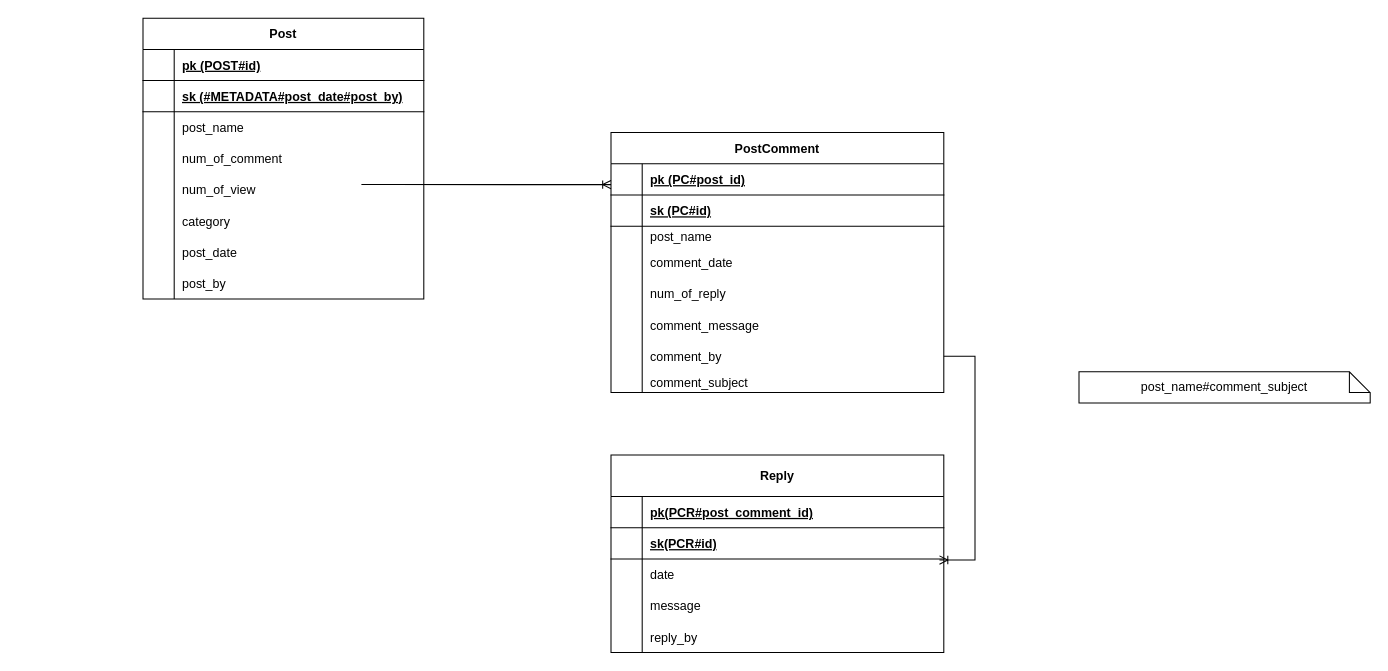
The draw.io diagram learning/1.drawio in semika/design-diagram, before the edit. Source tidied: cells renumbered, new cells numbered last; positions are measured from the earlier drawing's top-left corner, leaving out a move shared by most shapes. Both pictures are drawn from the tidied source at 104%, with x=0, y=0 at pixel (142, 18).
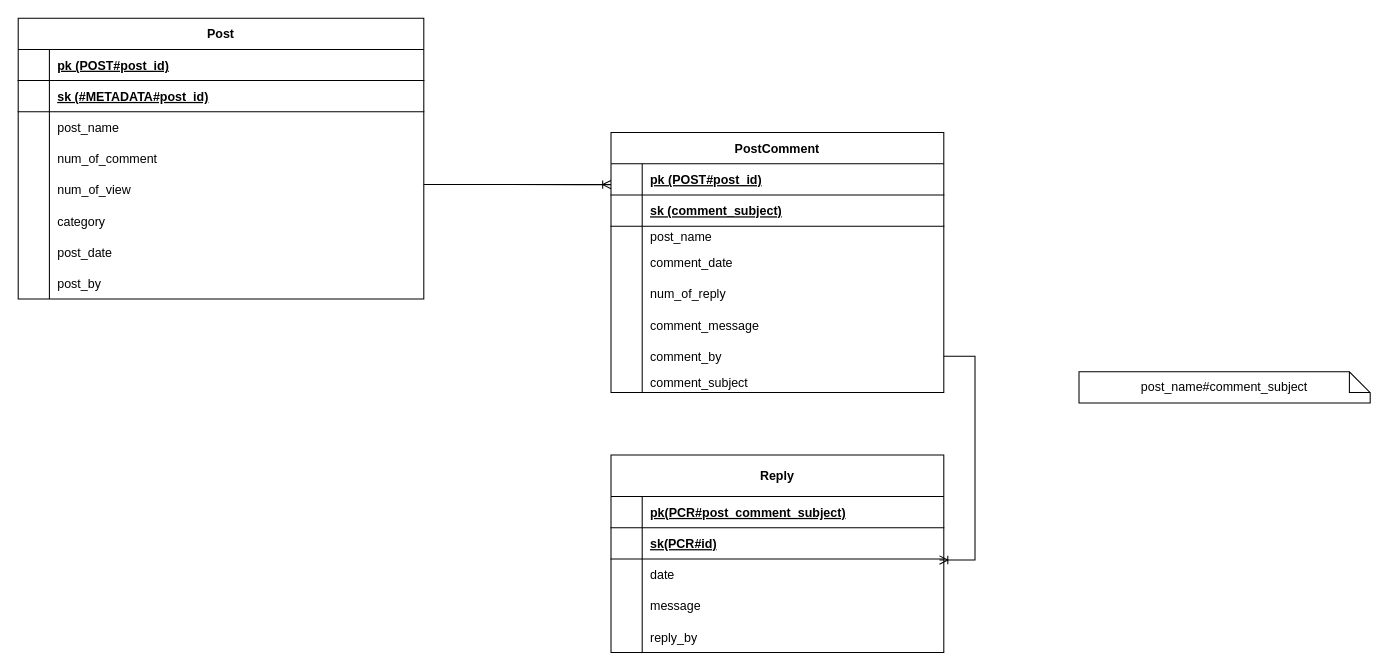
After the change.

Unchanged cells that the change refers to:
```xml
<mxCell id="28" style="shape=tableRow;horizontal=0;startSize=0;swimlaneHead=0;swimlaneBody=0;fillColor=none;points=[[0,0.5],[1,0.5]];portConstraint=eastwest;top=0;left=0;right=0;bottom=1;" parent="27" vertex="1">
  <mxGeometry y="30" width="320" height="30" as="geometry" />
</mxCell>
<mxCell id="31" style="shape=tableRow;horizontal=0;startSize=0;swimlaneHead=0;swimlaneBody=0;fillColor=none;top=0;left=0;right=0;bottom=1;" parent="27" vertex="1">
  <mxGeometry y="60" width="320" height="30" as="geometry" />
</mxCell>
<mxCell id="53" style="shape=tableRow;horizontal=0;startSize=0;swimlaneHead=0;swimlaneBody=0;fillColor=none;top=0;left=0;right=0;bottom=1;" parent="52" vertex="1">
  <mxGeometry y="40" width="320" height="30" as="geometry" />
</mxCell>
```

What changed in the source:
```diff
@@
     <mxCell id="2" value="Post" style="shape=table;startSize=30;childLayout=tableLayout;rowLines=0;fontStyle=1;align=center;" parent="1" vertex="1">
-      <mxGeometry width="270" height="270" as="geometry" />
+      <mxGeometry x="-120" width="390" height="270" as="geometry" />
     </mxCell>
     <mxCell id="3" style="shape=tableRow;horizontal=0;startSize=0;swimlaneHead=0;swimlaneBody=0;fillColor=none;top=0;left=0;right=0;bottom=1;" parent="2" vertex="1">
-      <mxGeometry y="30" width="270" height="30" as="geometry" />
+      <mxGeometry y="30" width="390" height="30" as="geometry" />
     </mxCell>
@@
-    <mxCell id="5" value="pk (POST#id)" style="shape=partialRectangle;fillColor=none;top=0;left=0;bottom=0;right=0;align=left;spacingLeft=6;fontStyle=5;overflow=hidden;" parent="3" vertex="1">
-      <mxGeometry x="30" width="240" height="30" as="geometry" />
+    <mxCell id="5" value="pk (POST#post_id)" style="shape=partialRectangle;fillColor=none;top=0;left=0;bottom=0;right=0;align=left;spacingLeft=6;fontStyle=5;overflow=hidden;" parent="3" vertex="1">
+      <mxGeometry x="30" width="360" height="30" as="geometry" />
     </mxCell>
     <mxCell id="6" style="shape=tableRow;horizontal=0;startSize=0;swimlaneHead=0;swimlaneBody=0;fillColor=none;top=0;left=0;right=0;bottom=1;" parent="2" vertex="1">
-      <mxGeometry y="60" width="270" height="30" as="geometry" />
+      <mxGeometry y="60" width="390" height="30" as="geometry" />
     </mxCell>
@@
-    <mxCell id="8" value="sk (#METADATA#post_date#post_by)" style="shape=partialRectangle;fillColor=none;top=0;left=0;bottom=0;right=0;align=left;spacingLeft=6;fontStyle=5;overflow=hidden;" parent="6" vertex="1">
-      <mxGeometry x="30" width="240" height="30" as="geometry" />
+    <mxCell id="8" value="sk (#METADATA#post_id)" style="shape=partialRectangle;fillColor=none;top=0;left=0;bottom=0;right=0;align=left;spacingLeft=6;fontStyle=5;overflow=hidden;" parent="6" vertex="1">
+      <mxGeometry x="30" width="360" height="30" as="geometry" />
     </mxCell>
     <mxCell id="9" style="shape=tableRow;horizontal=0;startSize=0;swimlaneHead=0;swimlaneBody=0;fillColor=none;top=0;left=0;right=0;bottom=0;" parent="2" vertex="1">
-      <mxGeometry y="90" width="270" height="30" as="geometry" />
+      <mxGeometry y="90" width="390" height="30" as="geometry" />
     </mxCell>
@@
     <mxCell id="11" value="post_name" style="shape=partialRectangle;fillColor=none;top=0;left=0;bottom=0;right=0;align=left;spacingLeft=6;overflow=hidden;" parent="9" vertex="1">
-      <mxGeometry x="30" width="240" height="30" as="geometry" />
+      <mxGeometry x="30" width="360" height="30" as="geometry" />
     </mxCell>
     <mxCell id="12" style="shape=tableRow;horizontal=0;startSize=0;swimlaneHead=0;swimlaneBody=0;fillColor=none;top=0;left=0;right=0;bottom=0;" parent="2" vertex="1">
-      <mxGeometry y="120" width="270" height="30" as="geometry" />
+      <mxGeometry y="120" width="390" height="30" as="geometry" />
     </mxCell>
@@
     <mxCell id="14" value="num_of_comment" style="shape=partialRectangle;fillColor=none;top=0;left=0;bottom=0;right=0;align=left;spacingLeft=6;overflow=hidden;" parent="12" vertex="1">
-      <mxGeometry x="30" width="240" height="30" as="geometry" />
+      <mxGeometry x="30" width="360" height="30" as="geometry" />
     </mxCell>
     <mxCell id="15" style="shape=tableRow;horizontal=0;startSize=0;swimlaneHead=0;swimlaneBody=0;fillColor=none;top=0;left=0;right=0;bottom=0;" parent="2" vertex="1">
-      <mxGeometry y="150" width="270" height="30" as="geometry" />
+      <mxGeometry y="150" width="390" height="30" as="geometry" />
     </mxCell>
@@
     <mxCell id="17" value="num_of_view" style="shape=partialRectangle;fillColor=none;top=0;left=0;bottom=0;right=0;align=left;spacingLeft=6;overflow=hidden;" parent="15" vertex="1">
-      <mxGeometry x="30" width="240" height="30" as="geometry" />
+      <mxGeometry x="30" width="360" height="30" as="geometry" />
     </mxCell>
     <mxCell id="18" style="shape=tableRow;horizontal=0;startSize=0;swimlaneHead=0;swimlaneBody=0;fillColor=none;top=0;left=0;right=0;bottom=0;" parent="2" vertex="1">
-      <mxGeometry y="180" width="270" height="30" as="geometry" />
+      <mxGeometry y="180" width="390" height="30" as="geometry" />
     </mxCell>
@@
     <mxCell id="20" value="category" style="shape=partialRectangle;fillColor=none;top=0;left=0;bottom=0;right=0;align=left;spacingLeft=6;overflow=hidden;" parent="18" vertex="1">
-      <mxGeometry x="30" width="240" height="30" as="geometry" />
+      <mxGeometry x="30" width="360" height="30" as="geometry" />
     </mxCell>
     <mxCell id="21" style="shape=tableRow;horizontal=0;startSize=0;swimlaneHead=0;swimlaneBody=0;fillColor=none;top=0;left=0;right=0;bottom=0;" parent="2" vertex="1">
-      <mxGeometry y="210" width="270" height="30" as="geometry" />
+      <mxGeometry y="210" width="390" height="30" as="geometry" />
     </mxCell>
@@
     <mxCell id="23" value="post_date" style="shape=partialRectangle;fillColor=none;top=0;left=0;bottom=0;right=0;align=left;spacingLeft=6;overflow=hidden;" parent="21" vertex="1">
-      <mxGeometry x="30" width="240" height="30" as="geometry" />
+      <mxGeometry x="30" width="360" height="30" as="geometry" />
     </mxCell>
     <mxCell id="24" style="shape=tableRow;horizontal=0;startSize=0;swimlaneHead=0;swimlaneBody=0;fillColor=none;top=0;left=0;right=0;bottom=0;" parent="2" vertex="1">
-      <mxGeometry y="240" width="270" height="30" as="geometry" />
+      <mxGeometry y="240" width="390" height="30" as="geometry" />
     </mxCell>
@@
     <mxCell id="26" value="post_by" style="shape=partialRectangle;fillColor=none;top=0;left=0;bottom=0;right=0;align=left;spacingLeft=6;overflow=hidden;" parent="24" vertex="1">
-      <mxGeometry x="30" width="240" height="30" as="geometry" />
+      <mxGeometry x="30" width="360" height="30" as="geometry" />
     </mxCell>
@@
-    <mxCell id="30" value="pk (PC#post_id)" style="shape=partialRectangle;fillColor=none;top=0;left=0;bottom=0;right=0;align=left;spacingLeft=6;fontStyle=5;overflow=hidden;" parent="28" vertex="1">
+    <mxCell id="30" value="pk (POST#post_id)" style="shape=partialRectangle;fillColor=none;top=0;left=0;bottom=0;right=0;align=left;spacingLeft=6;fontStyle=5;overflow=hidden;" parent="28" vertex="1">
       <mxGeometry x="30" width="290" height="30" as="geometry" />
     </mxCell>
@@
-    <mxCell id="33" value="sk (PC#id)" style="shape=partialRectangle;fillColor=none;top=0;left=0;bottom=0;right=0;align=left;spacingLeft=6;fontStyle=5;overflow=hidden;" parent="31" vertex="1">
+    <mxCell id="33" value="sk (comment_subject)" style="shape=partialRectangle;fillColor=none;top=0;left=0;bottom=0;right=0;align=left;spacingLeft=6;fontStyle=5;overflow=hidden;" parent="31" vertex="1">
       <mxGeometry x="30" width="290" height="30" as="geometry" />
     </mxCell>
@@
-    <mxCell id="55" value="pk(PCR#post_comment_id)" style="shape=partialRectangle;fillColor=none;top=0;left=0;bottom=0;right=0;align=left;spacingLeft=6;fontStyle=5;overflow=hidden;" parent="53" vertex="1">
+    <mxCell id="55" value="pk(PCR#post_comment_subject)" style="shape=partialRectangle;fillColor=none;top=0;left=0;bottom=0;right=0;align=left;spacingLeft=6;fontStyle=5;overflow=hidden;" parent="53" vertex="1">
       <mxGeometry x="30" width="290" height="30" as="geometry" />
     </mxCell>
@@
     <mxCell id="68" style="edgeStyle=entityRelationEdgeStyle;fontSize=12;html=1;endArrow=ERoneToMany;rounded=0;entryX=0;entryY=0.667;entryDx=0;entryDy=0;entryPerimeter=0;" parent="1" edge="1" target="28">
       <mxGeometry relative="1" as="geometry">
-        <mxPoint x="210" y="160" as="sourcePoint" />
+        <mxPoint x="270" y="160" as="sourcePoint" />
       </mxGeometry>
     </mxCell>
```
